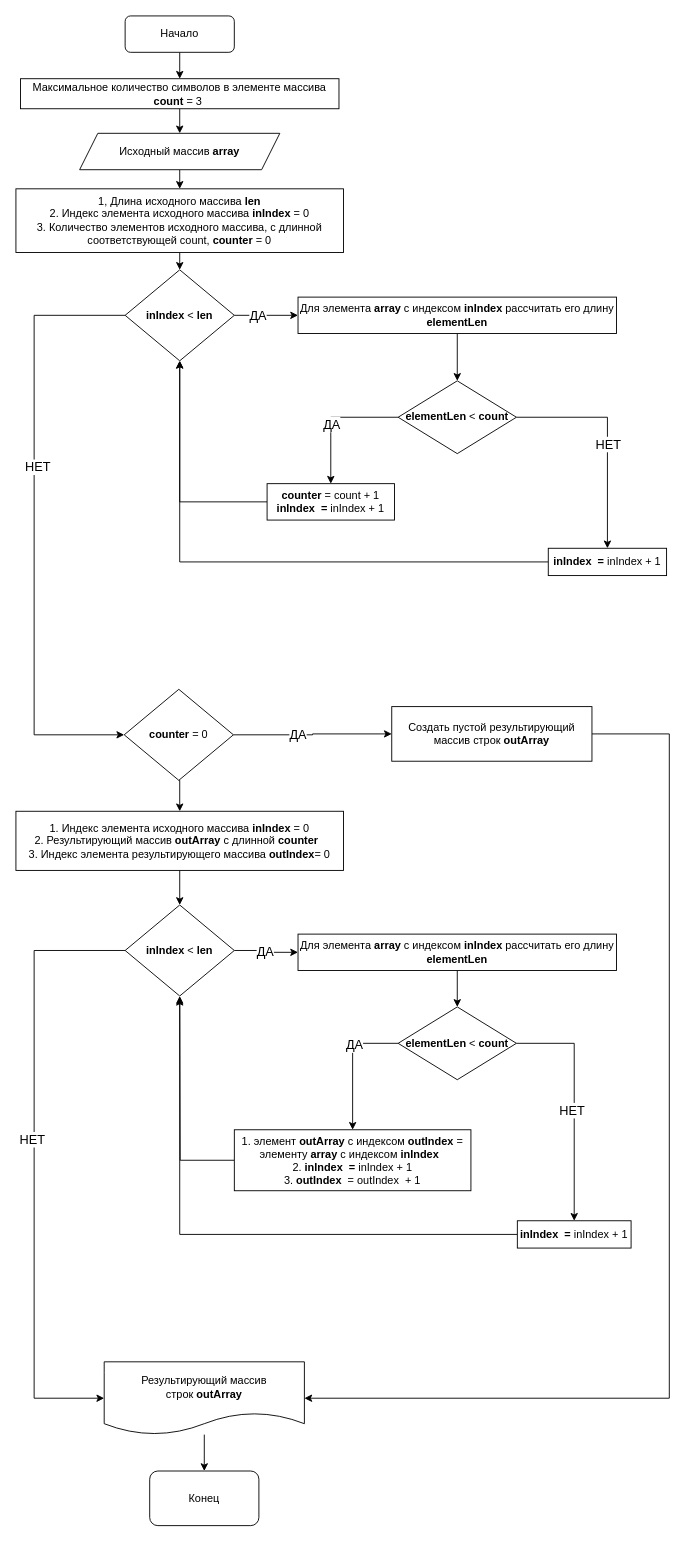
This is Block-schema.drawio from Jolidze/GeekBrainsExamC-, a draw.io file, before an edit. Source tidied: cells renumbered, new cells numbered last; positions are measured from the earlier drawing's top-left corner, leaving out a move shared by most shapes. Both pictures are drawn from the tidied source at 91%, with x=0, y=0 at pixel (15, 15).
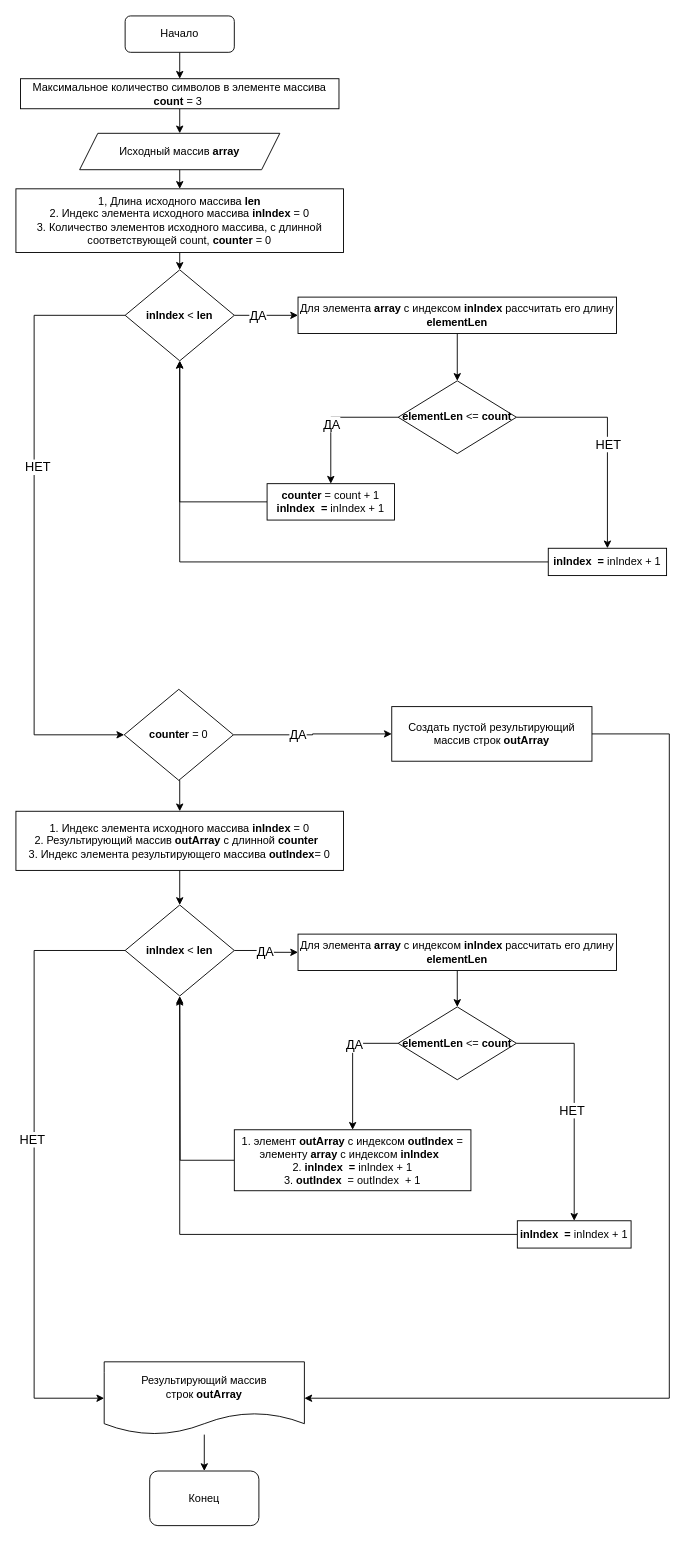
The same diagram, later.

Commit message (it also covers changes not shown here):
Block Schema edited

What changed in the source:
```diff
@@
-    <mxCell id="19" value="&lt;b&gt;elementLen&amp;nbsp;&lt;/b&gt;&amp;lt; &lt;b&gt;count&lt;/b&gt;" style="rhombus;whiteSpace=wrap;html=1;" parent="1" vertex="1">
+    <mxCell id="19" value="&lt;b&gt;elementLen&amp;nbsp;&lt;/b&gt;&amp;lt;=&amp;nbsp;&lt;b&gt;count&lt;/b&gt;" style="rhombus;whiteSpace=wrap;html=1;" parent="1" vertex="1">
       <mxGeometry x="420" y="401" width="130" height="80" as="geometry" />
     </mxCell>
@@
-    <mxCell id="47" value="&lt;b&gt;elementLen&amp;nbsp;&lt;/b&gt;&amp;lt; &lt;b&gt;count&lt;/b&gt;" style="rhombus;whiteSpace=wrap;html=1;" parent="1" vertex="1">
+    <mxCell id="47" value="&lt;b&gt;elementLen&amp;nbsp;&lt;/b&gt;&amp;lt;=&amp;nbsp;&lt;b&gt;count&lt;/b&gt;" style="rhombus;whiteSpace=wrap;html=1;" parent="1" vertex="1">
       <mxGeometry x="420" y="1089" width="130" height="80" as="geometry" />
     </mxCell>
```
